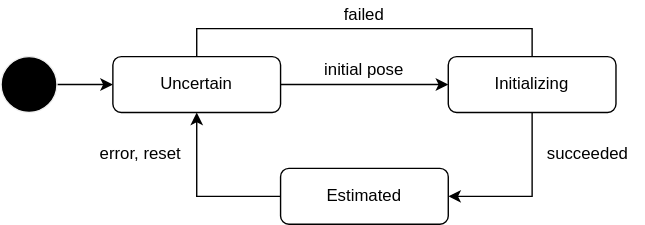
The draw.io diagram pr-7/design/autoware-interfaces/ad-api/data/localization.drawio.svg in tier4/autoware-documentation, before a commit. Source tidied: cells renumbered, new cells last; positions are measured from the earlier drawing's top-left corner, leaving out a move shared by most shapes.
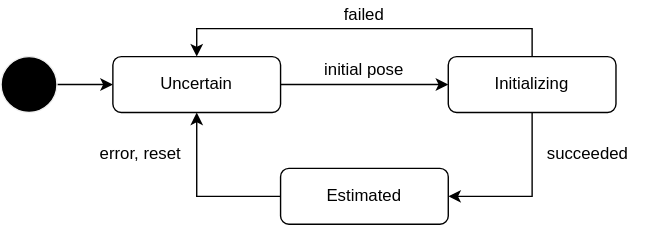
Later version of the same file.

The edit, as a diff of the source:
```diff
@@ -31,7 +31,7 @@
         </Array>
       </mxGeometry>
     </mxCell>
-    <mxCell id="9" style="edgeStyle=orthogonalEdgeStyle;rounded=0;html=1;entryX=0.5;entryY=0;entryDx=0;entryDy=0;endArrow=none;endFill=0;" parent="1" edge="1" source="10" target="7">
+    <mxCell id="9" style="edgeStyle=orthogonalEdgeStyle;rounded=0;html=1;entryX=0.5;entryY=0;entryDx=0;entryDy=0;endArrow=classic;endFill=1;" parent="1" edge="1" source="10" target="7">
       <mxGeometry relative="1" as="geometry">
         <Array as="points">
           <mxPoint x="380" y="20" />
```
